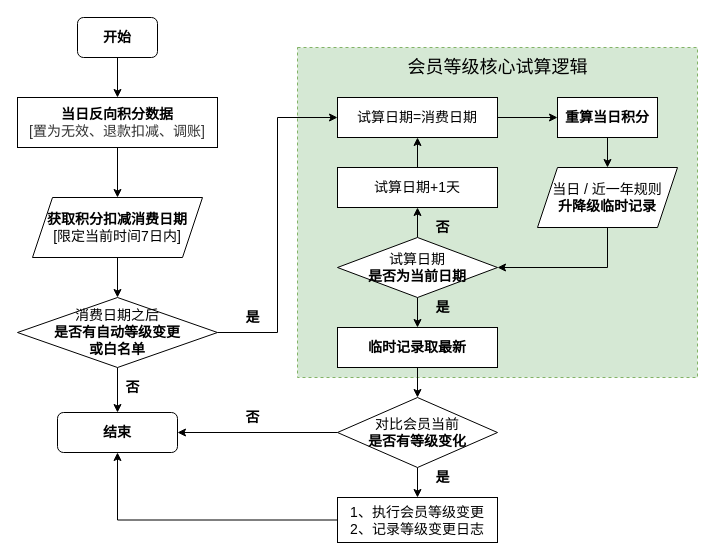
Earlier version of the draw.io diagram 04-workflow/MEMBER-LEVEL-RERUN.drawio (shawn-panda/sp-coding-guidelines). Source tidied: cells renumbered, new cells numbered last; positions are measured from the earlier drawing's top-left corner, leaving out a move shared by most shapes. Both pictures are drawn from the tidied source at 100%, with x=0, y=0 at pixel (17, 17).
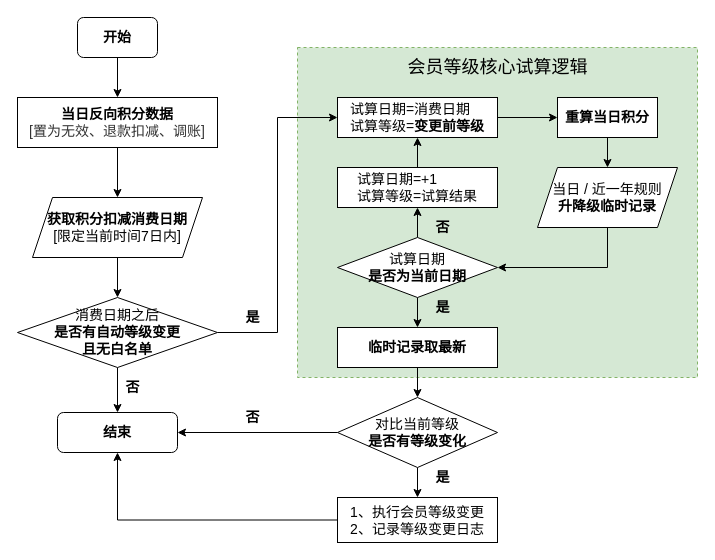
After the change.

What changed in the source:
```diff
@@
-    <mxCell id="11" value="&lt;font style=&quot;font-size: 14px&quot;&gt;消费日期之后&lt;br&gt;&lt;b&gt;是否有自动等级变更&lt;br&gt;或白名单&lt;br&gt;&lt;/b&gt;&lt;/font&gt;" style="rhombus;whiteSpace=wrap;html=1;" parent="1" vertex="1">
+    <mxCell id="11" value="&lt;font style=&quot;font-size: 14px&quot;&gt;消费日期之后&lt;br&gt;&lt;b&gt;是否有自动等级变更&lt;br&gt;且无白名单&lt;br&gt;&lt;/b&gt;&lt;/font&gt;" style="rhombus;whiteSpace=wrap;html=1;" parent="1" vertex="1">
       <mxGeometry y="280" width="200" height="70" as="geometry" />
     </mxCell>
@@
-    <mxCell id="15" value="&lt;font style=&quot;font-size: 14px&quot;&gt;试算日期=消费日期&lt;/font&gt;" style="rounded=0;whiteSpace=wrap;html=1;" parent="1" vertex="1">
+    <mxCell id="15" value="&lt;div style=&quot;text-align: left&quot;&gt;&lt;span style=&quot;font-size: 14px&quot;&gt;试算日期=消费日期&lt;/span&gt;&lt;/div&gt;&lt;font style=&quot;font-size: 14px&quot;&gt;试算等级=&lt;b&gt;变更前等级&lt;/b&gt;&lt;br&gt;&lt;/font&gt;" style="rounded=0;whiteSpace=wrap;html=1;" parent="1" vertex="1">
       <mxGeometry x="320" y="80" width="160" height="40" as="geometry" />
     </mxCell>
@@
-    <mxCell id="23" value="&lt;font style=&quot;font-size: 14px&quot;&gt;试算日期+1天&lt;/font&gt;" style="rounded=0;whiteSpace=wrap;html=1;" parent="1" vertex="1">
+    <mxCell id="23" value="&lt;div style=&quot;text-align: left&quot;&gt;&lt;span style=&quot;font-size: 14px&quot;&gt;试算日期=+1&lt;/span&gt;&lt;/div&gt;&lt;font style=&quot;font-size: 14px&quot;&gt;试算等级=试算结果&lt;br&gt;&lt;/font&gt;" style="rounded=0;whiteSpace=wrap;html=1;" parent="1" vertex="1">
       <mxGeometry x="320" y="150" width="160" height="40" as="geometry" />
     </mxCell>
@@
-    <mxCell id="29" value="&lt;span style=&quot;font-size: 14px&quot;&gt;对比&lt;/span&gt;&lt;span style=&quot;font-size: 14px&quot;&gt;会员当前&lt;br&gt;&lt;b&gt;是否有等级变化&lt;/b&gt;&lt;br&gt;&lt;/span&gt;" style="rhombus;whiteSpace=wrap;html=1;" parent="1" vertex="1">
+    <mxCell id="29" value="&lt;span style=&quot;font-size: 14px&quot;&gt;对比&lt;/span&gt;&lt;span style=&quot;font-size: 14px&quot;&gt;当前等级&lt;br&gt;&lt;b&gt;是否有等级变化&lt;/b&gt;&lt;br&gt;&lt;/span&gt;" style="rhombus;whiteSpace=wrap;html=1;" parent="1" vertex="1">
       <mxGeometry x="320" y="380" width="160" height="70" as="geometry" />
     </mxCell>
```
